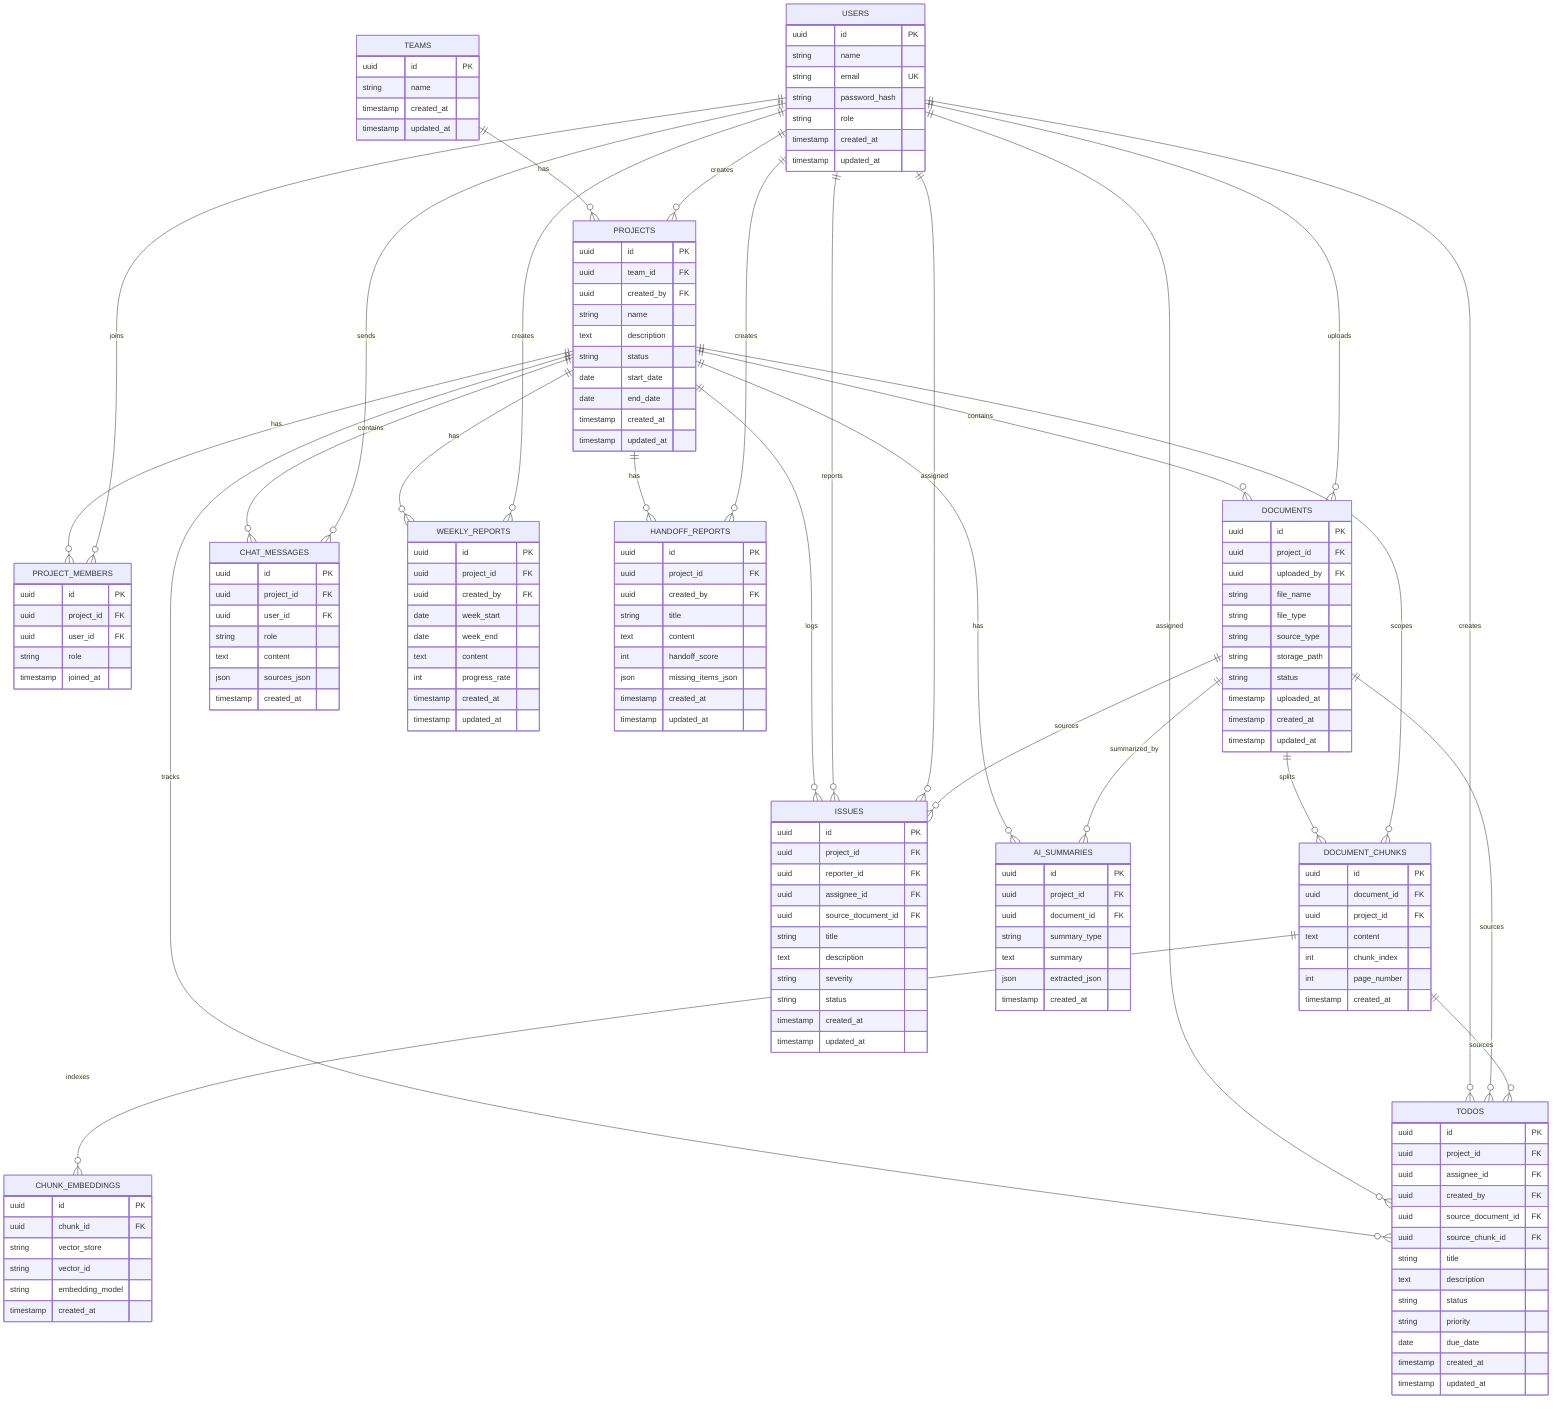
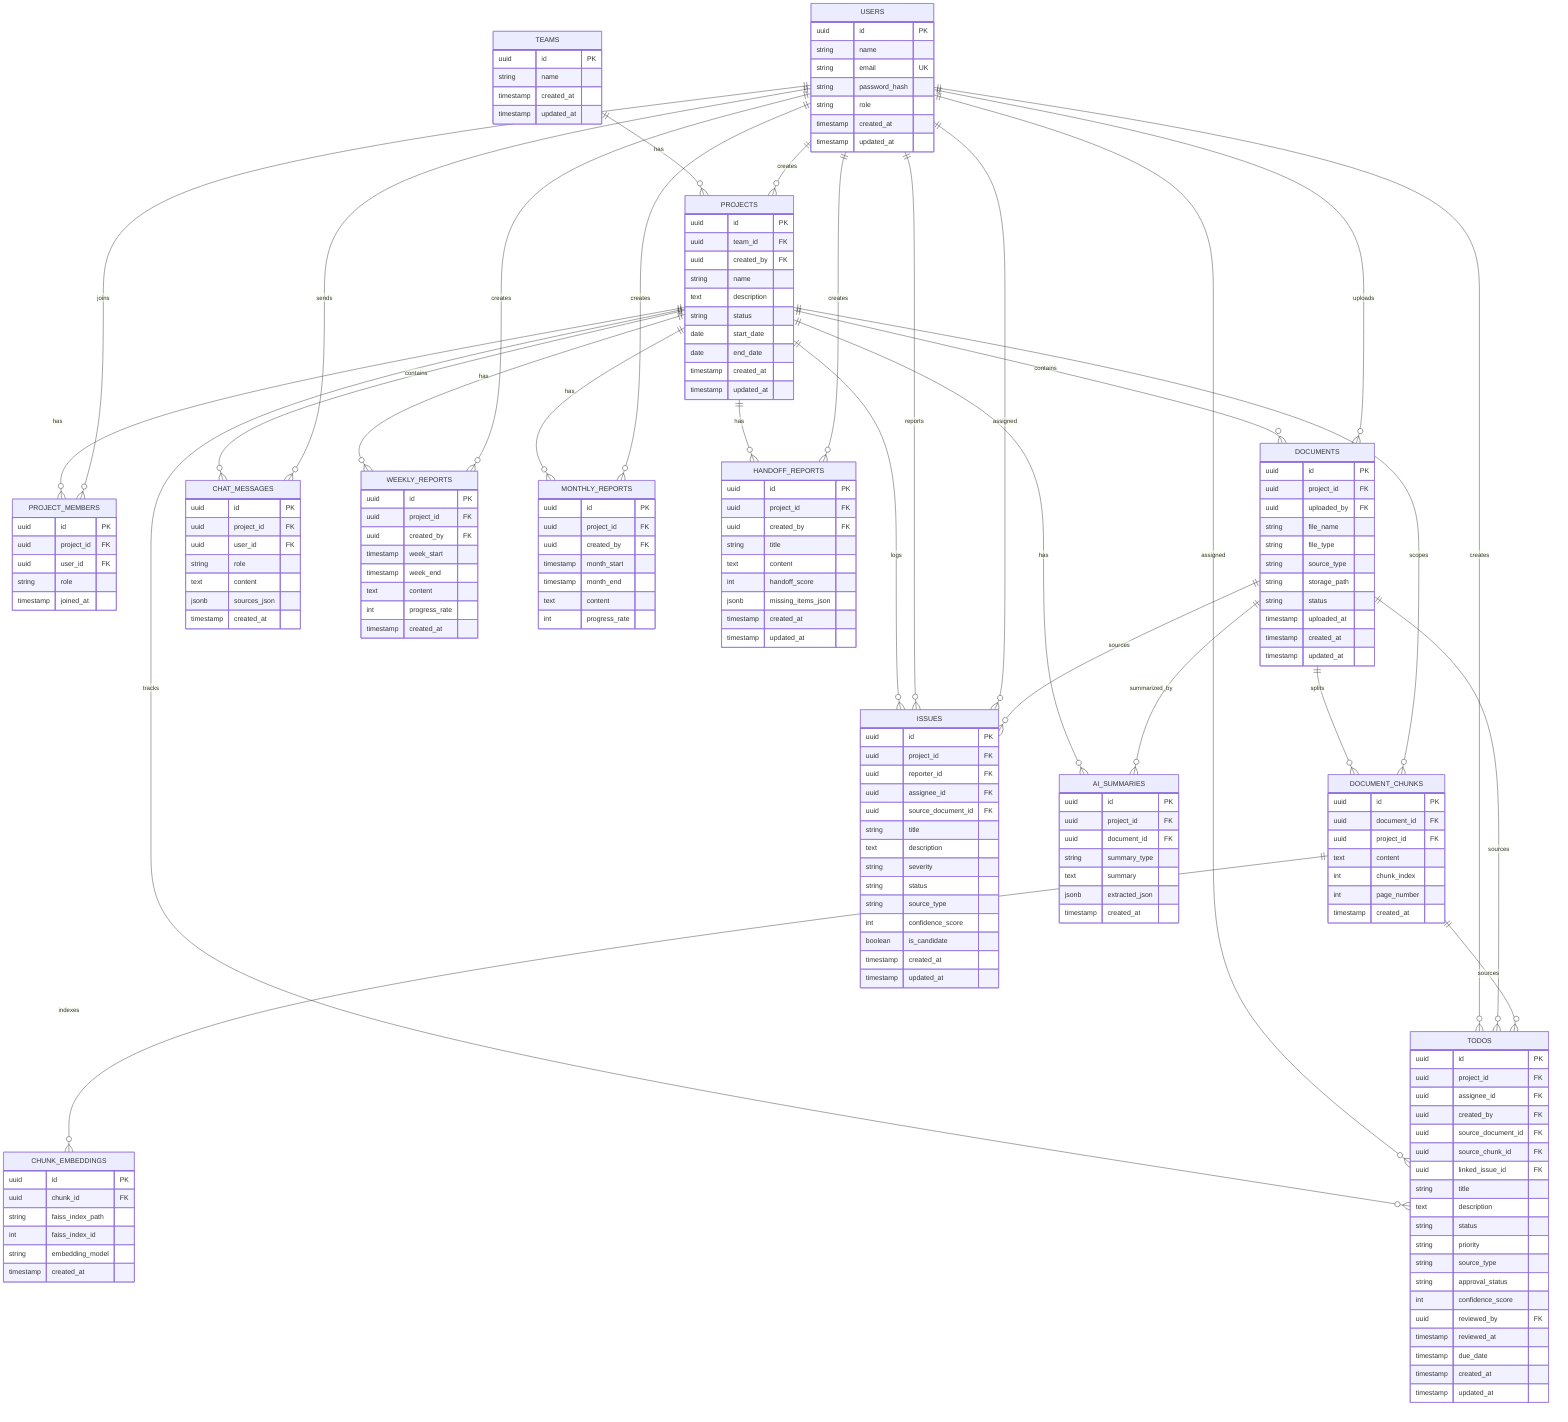
erDiagram
  TEAMS ||--o{ PROJECTS : has
  USERS ||--o{ PROJECTS : creates
  PROJECTS ||--o{ PROJECT_MEMBERS : has
  USERS ||--o{ PROJECT_MEMBERS : joins
  PROJECTS ||--o{ DOCUMENTS : contains
  USERS ||--o{ DOCUMENTS : uploads
  DOCUMENTS ||--o{ DOCUMENT_CHUNKS : splits
  PROJECTS ||--o{ DOCUMENT_CHUNKS : scopes
  DOCUMENT_CHUNKS ||--o{ CHUNK_EMBEDDINGS : indexes
  PROJECTS ||--o{ TODOS : tracks
  USERS ||--o{ TODOS : assigned
  USERS ||--o{ TODOS : creates
  DOCUMENTS ||--o{ TODOS : sources
  DOCUMENT_CHUNKS ||--o{ TODOS : sources
  PROJECTS ||--o{ ISSUES : logs
  USERS ||--o{ ISSUES : reports
  USERS ||--o{ ISSUES : assigned
  DOCUMENTS ||--o{ ISSUES : sources
  PROJECTS ||--o{ CHAT_MESSAGES : contains
  USERS ||--o{ CHAT_MESSAGES : sends
  PROJECTS ||--o{ WEEKLY_REPORTS : has
  USERS ||--o{ WEEKLY_REPORTS : creates
+   PROJECTS ||--o{ MONTHLY_REPORTS : has
+   USERS ||--o{ MONTHLY_REPORTS : creates
  PROJECTS ||--o{ HANDOFF_REPORTS : has
  USERS ||--o{ HANDOFF_REPORTS : creates
  PROJECTS ||--o{ AI_SUMMARIES : has
  DOCUMENTS ||--o{ AI_SUMMARIES : summarized_by

  USERS {
    uuid id PK
    string name
    string email UK
    string password_hash
    string role
    timestamp created_at
    timestamp updated_at
  }

  TEAMS {
    uuid id PK
    string name
    timestamp created_at
    timestamp updated_at
  }

  PROJECTS {
    uuid id PK
    uuid team_id FK
    uuid created_by FK
    string name
    text description
    string status
    date start_date
    date end_date
    timestamp created_at
    timestamp updated_at
  }

  PROJECT_MEMBERS {
    uuid id PK
    uuid project_id FK
    uuid user_id FK
    string role
    timestamp joined_at
  }

  DOCUMENTS {
    uuid id PK
    uuid project_id FK
    uuid uploaded_by FK
    string file_name
    string file_type
    string source_type
    string storage_path
    string status
    timestamp uploaded_at
    timestamp created_at
    timestamp updated_at
  }

  DOCUMENT_CHUNKS {
    uuid id PK
    uuid document_id FK
    uuid project_id FK
    text content
    int chunk_index
    int page_number
    timestamp created_at
  }

  CHUNK_EMBEDDINGS {
    uuid id PK
    uuid chunk_id FK
-     string vector_store
-     string vector_id
+     string faiss_index_path
+     int faiss_index_id
    string embedding_model
    timestamp created_at
  }

  TODOS {
    uuid id PK
    uuid project_id FK
    uuid assignee_id FK
    uuid created_by FK
    uuid source_document_id FK
    uuid source_chunk_id FK
+     uuid linked_issue_id FK
    string title
    text description
    string status
    string priority
-     date due_date
+     string source_type
+     string approval_status
+     int confidence_score
+     uuid reviewed_by FK
+     timestamp reviewed_at
+     timestamp due_date
    timestamp created_at
    timestamp updated_at
  }

  ISSUES {
    uuid id PK
    uuid project_id FK
    uuid reporter_id FK
    uuid assignee_id FK
    uuid source_document_id FK
    string title
    text description
    string severity
    string status
+     string source_type
+     int confidence_score
+     boolean is_candidate
    timestamp created_at
    timestamp updated_at
  }

  CHAT_MESSAGES {
    uuid id PK
    uuid project_id FK
    uuid user_id FK
    string role
    text content
-     json sources_json
+     jsonb sources_json
    timestamp created_at
  }

  WEEKLY_REPORTS {
    uuid id PK
    uuid project_id FK
    uuid created_by FK
-     date week_start
-     date week_end
+     timestamp week_start
+     timestamp week_end
    text content
    int progress_rate
    timestamp created_at
-     timestamp updated_at
+   }
+ 
+   MONTHLY_REPORTS {
+     uuid id PK
+     uuid project_id FK
+     uuid created_by FK
+     timestamp month_start
+     timestamp month_end
+     text content
+     int progress_rate
  }

  HANDOFF_REPORTS {
    uuid id PK
    uuid project_id FK
    uuid created_by FK
    string title
    text content
    int handoff_score
-     json missing_items_json
+     jsonb missing_items_json
    timestamp created_at
    timestamp updated_at
  }

  AI_SUMMARIES {
    uuid id PK
    uuid project_id FK
    uuid document_id FK
    string summary_type
    text summary
-     json extracted_json
+     jsonb extracted_json
    timestamp created_at
  }
